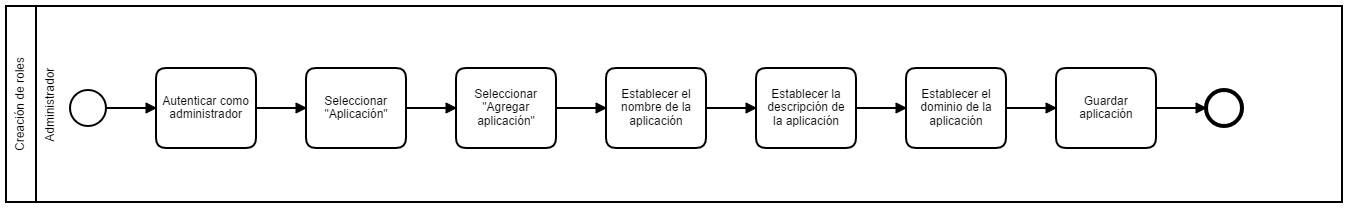
This is configuracion/imagenes/creacion_aplicacion_nodo.png from udistrital/arquitectura_docs, a BPMN export, as it was before one commit. Its source is kept beside it as configuracion/imagenes/creacion_aplicacion_nodo.bpmn. Ids are renumbered.
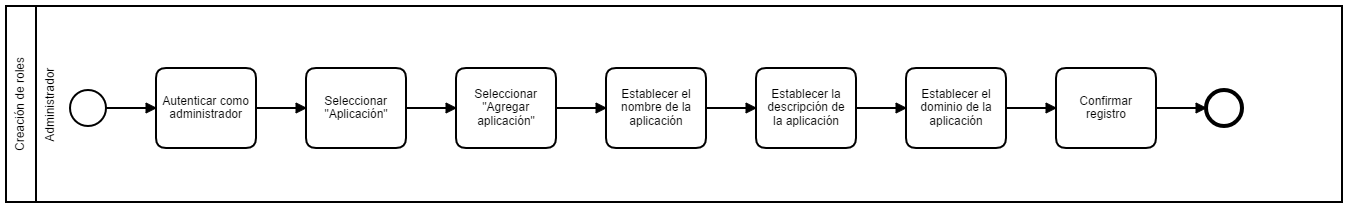
The same diagram one commit later.

Commit message:
confirmar registro en procesos

The edit, as a diff of the source:
```diff
@@ -49,7 +49,7 @@
       <bpmn:outgoing>SequenceFlow_n20</bpmn:outgoing>
     </bpmn:task>
     <bpmn:sequenceFlow id="SequenceFlow_n19" sourceRef="Task_n10" targetRef="Task_n11" />
-    <bpmn:task id="Task_n12" name="Guardar aplicación">
+    <bpmn:task id="Task_n12" name="Confirmar registro">
       <bpmn:incoming>SequenceFlow_n20</bpmn:incoming>
       <bpmn:outgoing>SequenceFlow_n21</bpmn:outgoing>
     </bpmn:task>
```
